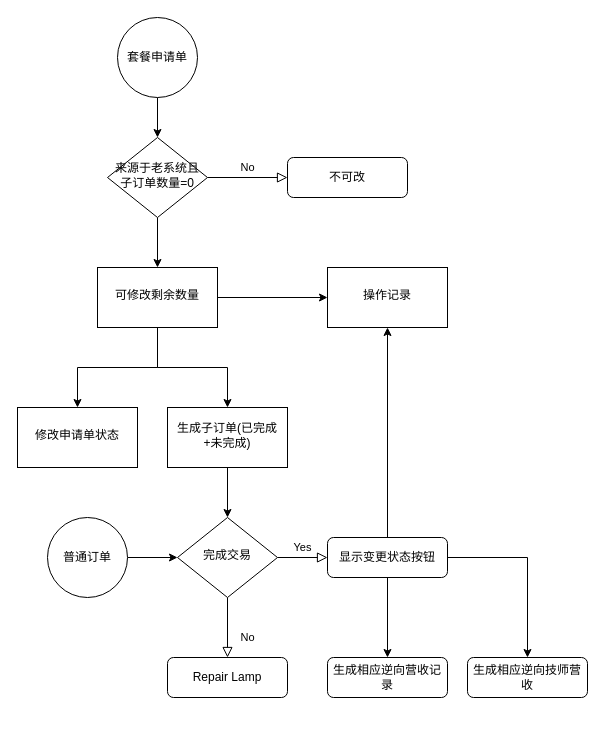
Above: 未命名绘图.drawio in zgl00838/Test (draw.io), before the change. Source tidied: cells renumbered, new cells numbered last; positions are measured from the earlier drawing's top-left corner, leaving out a move shared by most shapes. Both pictures are drawn from the tidied source at 100%, with x=0, y=0 at pixel (17, 17).
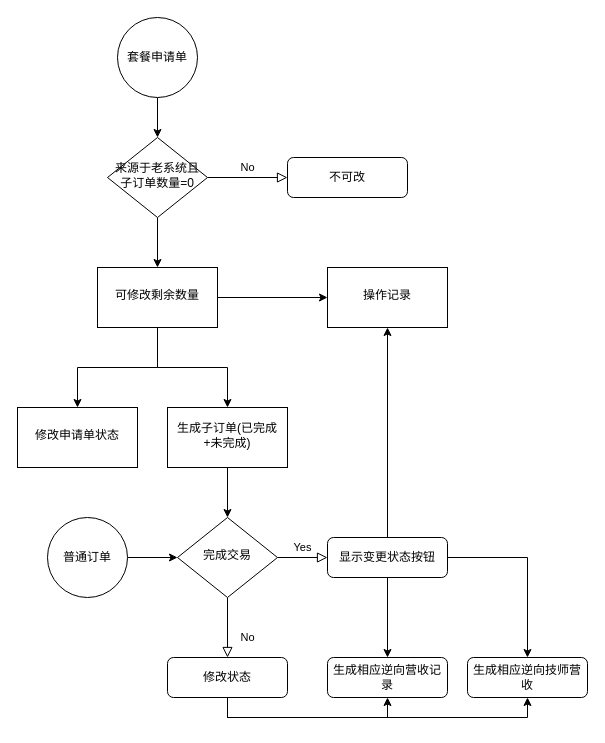
After the change.

Commit message:
更新未命名绘图.drawio

Unchanged cells that the change refers to:
```xml
<mxCell id="21" value="生成相应逆向营收记录" style="rounded=1;whiteSpace=wrap;html=1;fontSize=12;glass=0;strokeWidth=1;shadow=0;" parent="1" vertex="1">
  <mxGeometry x="310" y="640" width="120" height="40" as="geometry" />
</mxCell>
<mxCell id="22" value="生成相应逆向技师营收" style="rounded=1;whiteSpace=wrap;html=1;fontSize=12;glass=0;strokeWidth=1;shadow=0;" parent="1" vertex="1">
  <mxGeometry x="450" y="640" width="120" height="40" as="geometry" />
</mxCell>
```

The edit, as a diff of the source:
```diff
@@
+    <mxCell id="28" style="edgeStyle=orthogonalEdgeStyle;rounded=0;jettySize=auto;html=1;exitX=0.5;exitY=1;exitDx=0;exitDy=0;entryX=0.5;entryY=1;entryDx=0;entryDy=0;" parent="1" edge="1" source="16" target="22">
+      <mxGeometry relative="1" as="geometry" />
+    </mxCell>
+    <mxCell id="29" style="edgeStyle=orthogonalEdgeStyle;rounded=0;jettySize=auto;html=1;exitX=0.5;exitY=1;exitDx=0;exitDy=0;entryX=0.5;entryY=1;entryDx=0;entryDy=0;" parent="1" edge="1" source="16" target="21">
+      <mxGeometry relative="1" as="geometry" />
+    </mxCell>
-    <mxCell id="16" value="Repair Lamp" style="rounded=1;whiteSpace=wrap;html=1;fontSize=12;glass=0;strokeWidth=1;shadow=0;" parent="1" vertex="1">
+    <mxCell id="16" value="修改状态" style="rounded=1;whiteSpace=wrap;html=1;fontSize=12;glass=0;strokeWidth=1;shadow=0;" parent="1" vertex="1">
       <mxGeometry x="150" y="640" width="120" height="40" as="geometry" />
     </mxCell>
```
